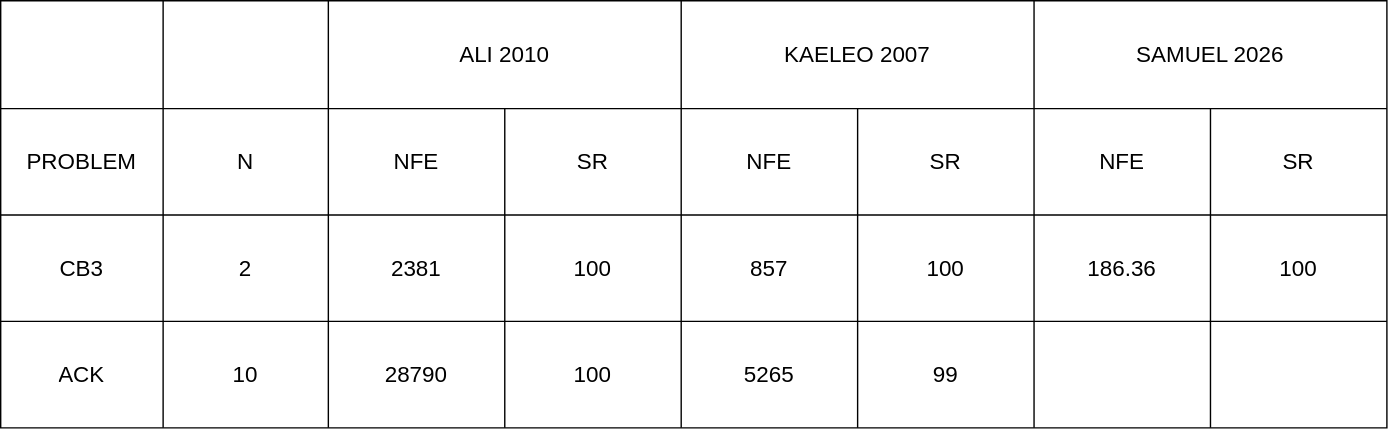
Zidan-09/genetic-algorithms keeps this draw.io diagram as docs/tabela.drawio.svg. Above is the earlier version. Source tidied: cells renumbered, new cells last; positions are measured from the earlier drawing's top-left corner, leaving out a move shared by most shapes.
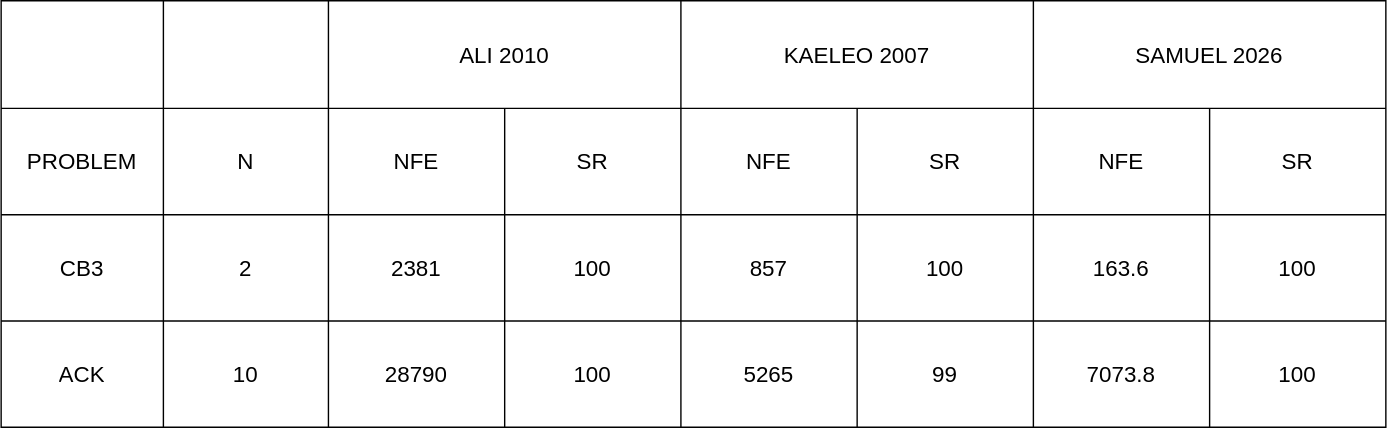
Above is the later version.

Diff of the diagram source:
```diff
@@ -71,7 +71,7 @@
     <mxCell id="24" value="100" style="shape=partialRectangle;html=1;whiteSpace=wrap;strokeColor=inherit;overflow=hidden;fillColor=none;top=0;left=0;bottom=0;right=0;fontSize=16;" parent="18" vertex="1">
       <mxGeometry x="612" width="126" height="76" as="geometry" />
     </mxCell>
-    <mxCell id="25" value="186.36" style="shape=partialRectangle;html=1;whiteSpace=wrap;strokeColor=inherit;overflow=hidden;fillColor=none;top=0;left=0;bottom=0;right=0;fontSize=16;" parent="18" vertex="1">
+    <mxCell id="25" value="163.6" style="shape=partialRectangle;html=1;whiteSpace=wrap;strokeColor=inherit;overflow=hidden;fillColor=none;top=0;left=0;bottom=0;right=0;fontSize=16;" parent="18" vertex="1">
       <mxGeometry x="738" width="126" height="76" as="geometry" />
     </mxCell>
     <mxCell id="26" value="100" style="shape=partialRectangle;html=1;whiteSpace=wrap;strokeColor=inherit;overflow=hidden;fillColor=none;top=0;left=0;bottom=0;right=0;fontSize=16;" parent="18" vertex="1">
@@ -98,10 +98,10 @@
     <mxCell id="33" value="99" style="shape=partialRectangle;html=1;whiteSpace=wrap;strokeColor=inherit;overflow=hidden;fillColor=none;top=0;left=0;bottom=0;right=0;fontSize=16;" parent="27" vertex="1">
       <mxGeometry x="612" width="126" height="76" as="geometry" />
     </mxCell>
-    <mxCell id="34" style="shape=partialRectangle;html=1;whiteSpace=wrap;strokeColor=inherit;overflow=hidden;fillColor=none;top=0;left=0;bottom=0;right=0;fontSize=16;" parent="27" vertex="1">
+    <mxCell id="34" value="7073.8" style="shape=partialRectangle;html=1;whiteSpace=wrap;strokeColor=inherit;overflow=hidden;fillColor=none;top=0;left=0;bottom=0;right=0;fontSize=16;" parent="27" vertex="1">
       <mxGeometry x="738" width="126" height="76" as="geometry" />
     </mxCell>
-    <mxCell id="35" style="shape=partialRectangle;html=1;whiteSpace=wrap;strokeColor=inherit;overflow=hidden;fillColor=none;top=0;left=0;bottom=0;right=0;fontSize=16;" parent="27" vertex="1">
+    <mxCell id="35" value="100" style="shape=partialRectangle;html=1;whiteSpace=wrap;strokeColor=inherit;overflow=hidden;fillColor=none;top=0;left=0;bottom=0;right=0;fontSize=16;" parent="27" vertex="1">
       <mxGeometry x="864" width="126" height="76" as="geometry" />
     </mxCell>
   </root>
```
